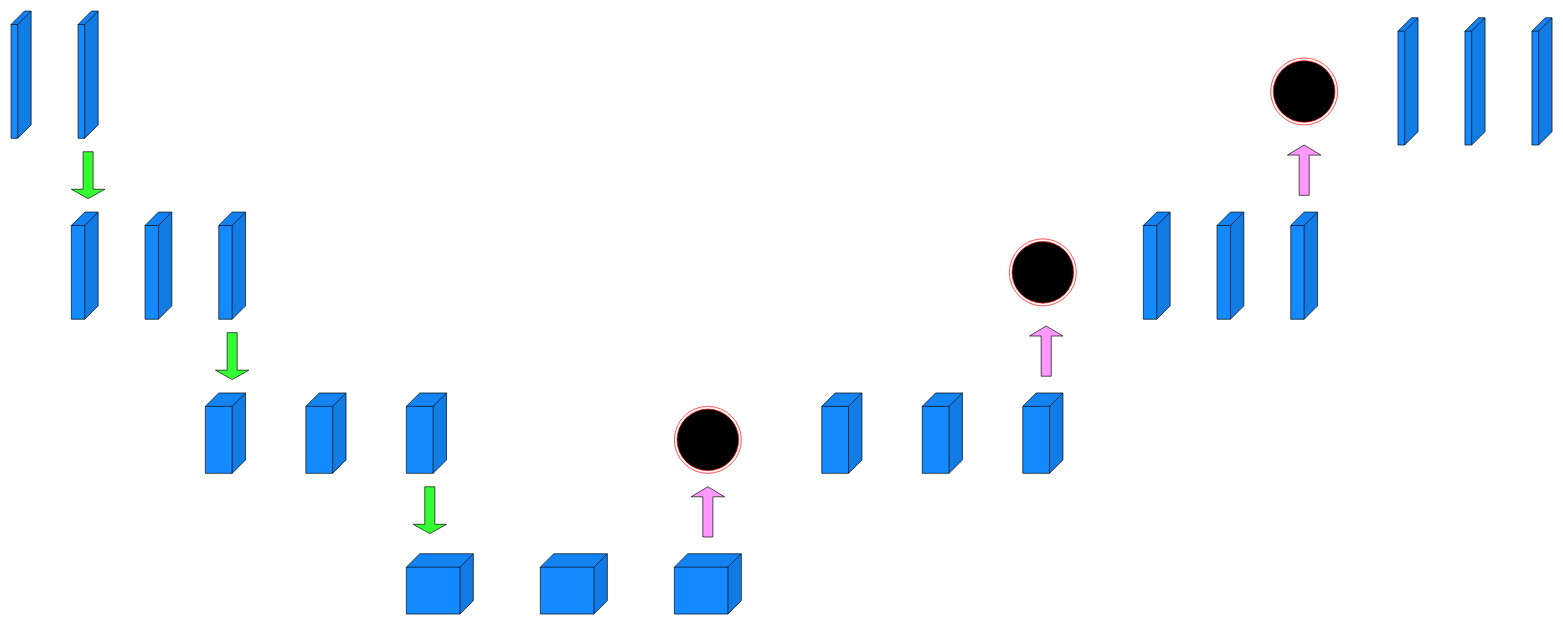
Above: my_unet_1.drawio in AnayPanja/demo_drawing_at_draw.io (draw.io), before the change. Source tidied: cells renumbered, new cells numbered last; positions are measured from the earlier drawing's top-left corner, leaving out a move shared by most shapes. Both pictures are drawn from the tidied source at 67%, with x=0, y=0 at pixel (11, 11).
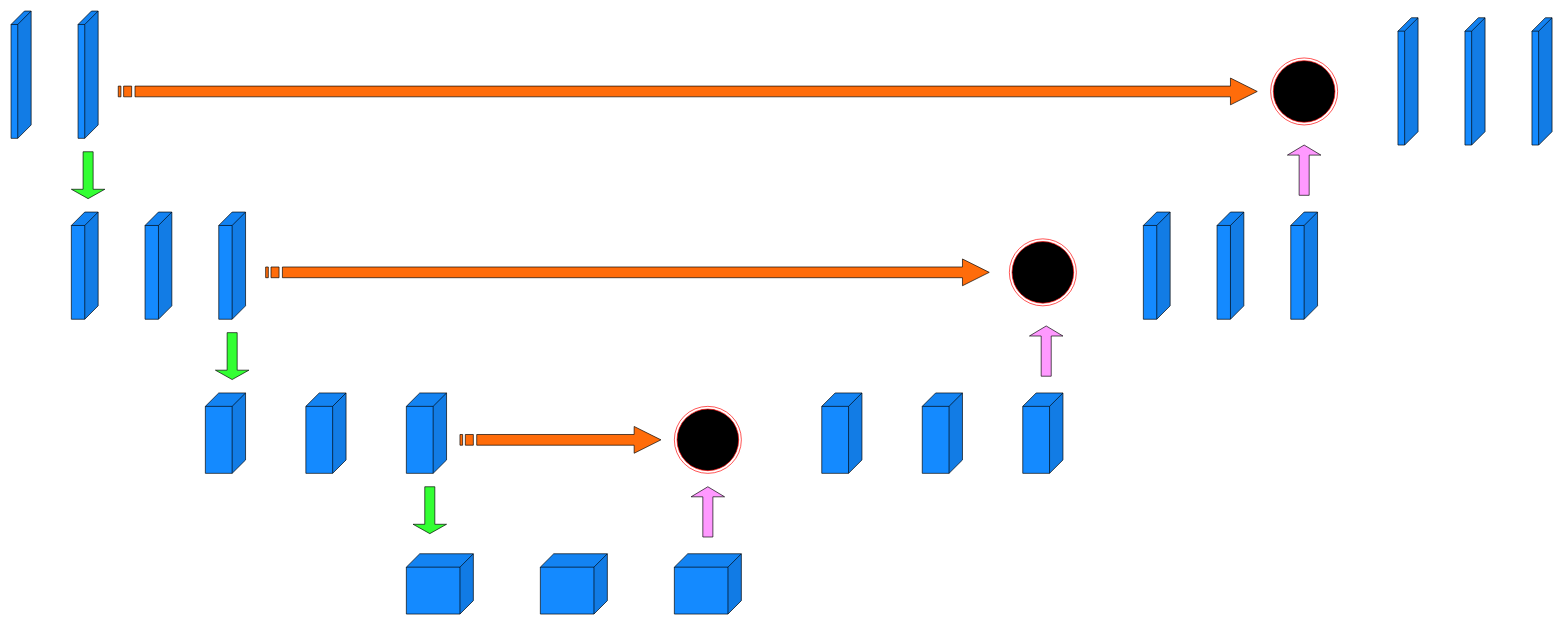
The same diagram, later.

Change to the diagram source:
```diff
@@
+    <mxCell id="31" style="html=1;shadow=0;dashed=0;align=center;verticalAlign=middle;shape=mxgraph.arrows2.stripedArrow;dy=0.6;dx=40;notch=25;fillColor=#FF6C0A;" parent="1" vertex="1">
+      <mxGeometry x="670" y="620" width="300" height="40" as="geometry" />
+    </mxCell>
+    <mxCell id="32" style="html=1;shadow=0;dashed=0;align=center;verticalAlign=middle;shape=mxgraph.arrows2.stripedArrow;dy=0.6;dx=40;notch=25;fillColor=#FF6C0A;" parent="1" vertex="1">
+      <mxGeometry x="380" y="370" width="1080" height="40" as="geometry" />
+    </mxCell>
+    <mxCell id="33" style="html=1;shadow=0;dashed=0;align=center;verticalAlign=middle;shape=mxgraph.arrows2.stripedArrow;dy=0.6;dx=40;notch=25;fillColor=#FF6C0A;" parent="1" vertex="1">
+      <mxGeometry x="160" y="100" width="1700" height="40" as="geometry" />
+    </mxCell>
```
